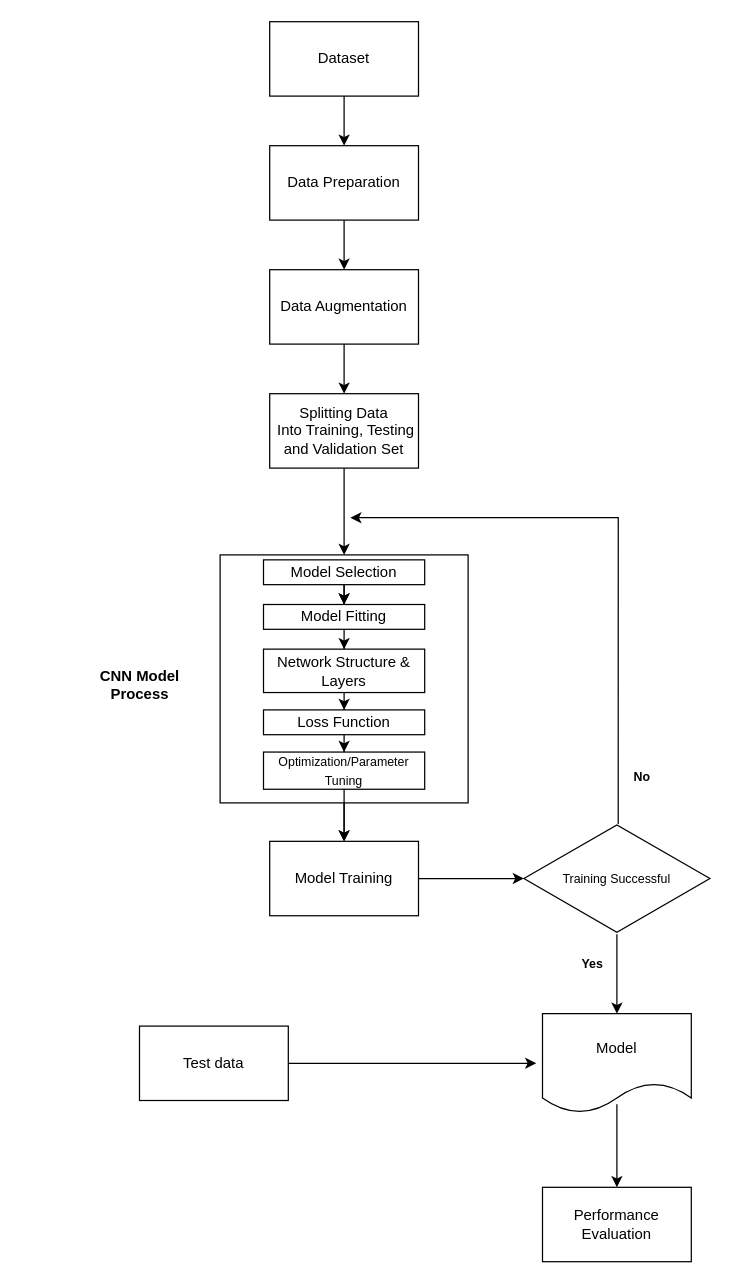
Before: page "Page-2" (2 of 2) of Untitled Diagram.drawio in musawakiliML/Python-Challenges, a draw.io diagram. Source tidied: cells renumbered, new cells numbered last; positions are measured from the earlier drawing's top-left corner, leaving out a move shared by most shapes. Both pictures are drawn from the tidied source at 124%, with x=0, y=0 at pixel (89, 21).
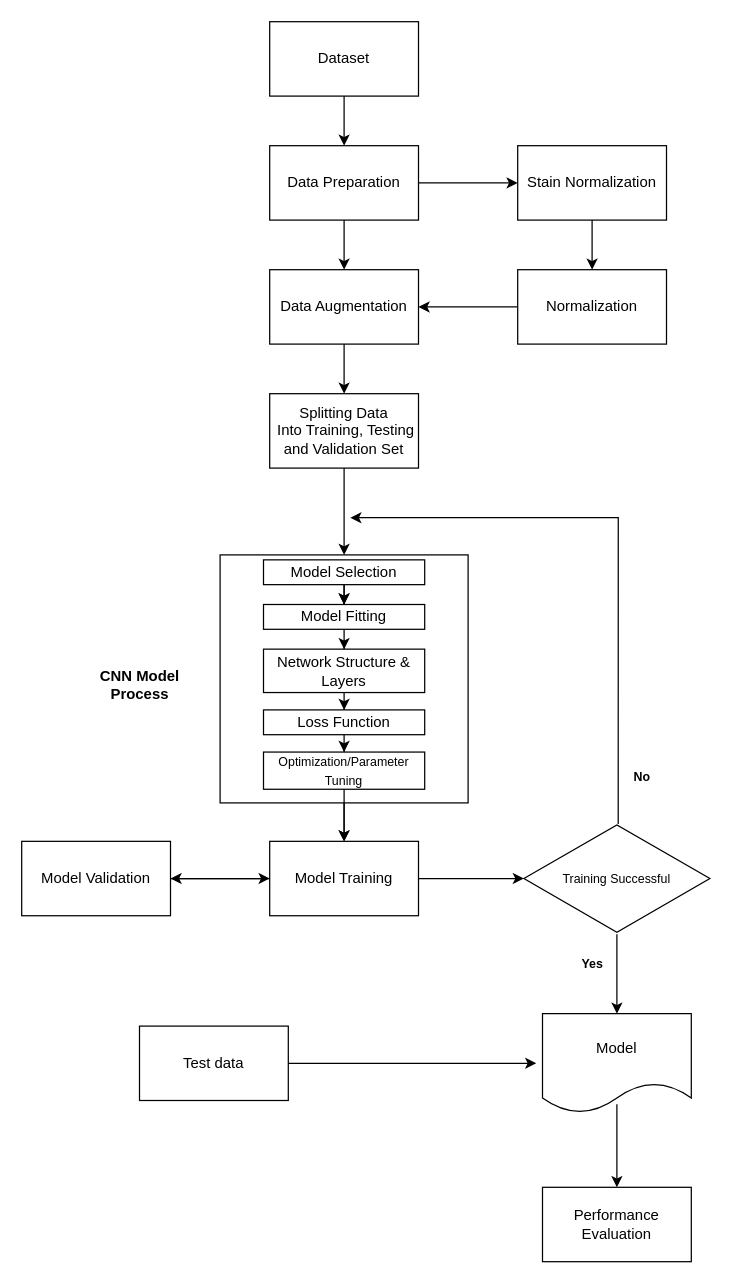
Above is the later version.

Unchanged cells that the change refers to:
```xml
<mxCell id="5" value="Data Preparation" style="whiteSpace=wrap;html=1;rounded=0;" parent="1" vertex="1">
  <mxGeometry x="145" y="100" width="120" height="60" as="geometry" />
</mxCell>
<mxCell id="7" value="Data Augmentation" style="whiteSpace=wrap;html=1;rounded=0;" parent="1" vertex="1">
  <mxGeometry x="145" y="200" width="120" height="60" as="geometry" />
</mxCell>
<mxCell id="25" value="Model Training" style="whiteSpace=wrap;html=1;" parent="1" vertex="1">
  <mxGeometry x="145" y="661" width="120" height="60" as="geometry" />
</mxCell>
```

Diff of the diagram source:
```diff
@@
+    <mxCell id="36" style="edgeStyle=orthogonalEdgeStyle;rounded=0;jettySize=auto;html=1;" parent="1" edge="1" source="5" target="39">
+      <mxGeometry relative="1" as="geometry" />
+    </mxCell>
@@
+    <mxCell id="37" style="edgeStyle=orthogonalEdgeStyle;rounded=0;jettySize=auto;html=1;" parent="1" edge="1" source="25" target="43">
+      <mxGeometry relative="1" as="geometry" />
+    </mxCell>
@@
+    <mxCell id="38" style="edgeStyle=orthogonalEdgeStyle;rounded=0;jettySize=auto;html=1;" parent="1" edge="1" source="39" target="41">
+      <mxGeometry relative="1" as="geometry" />
+    </mxCell>
+    <mxCell id="39" value="Stain Normalization" style="whiteSpace=wrap;html=1;rounded=0;" parent="1" vertex="1">
+      <mxGeometry x="345" y="100" width="120" height="60" as="geometry" />
+    </mxCell>
+    <mxCell id="40" style="edgeStyle=orthogonalEdgeStyle;rounded=0;jettySize=auto;html=1;" parent="1" edge="1" source="41" target="7">
+      <mxGeometry relative="1" as="geometry" />
+    </mxCell>
+    <mxCell id="41" value="Normalization" style="whiteSpace=wrap;html=1;rounded=0;" parent="1" vertex="1">
+      <mxGeometry x="345" y="200" width="120" height="60" as="geometry" />
+    </mxCell>
+    <mxCell id="42" style="edgeStyle=orthogonalEdgeStyle;rounded=0;jettySize=auto;html=1;" parent="1" edge="1" source="43" target="25">
+      <mxGeometry relative="1" as="geometry" />
+    </mxCell>
+    <mxCell id="43" value="Model Validation" style="whiteSpace=wrap;html=1;" parent="1" vertex="1">
+      <mxGeometry x="-55" y="661" width="120" height="60" as="geometry" />
+    </mxCell>
```
